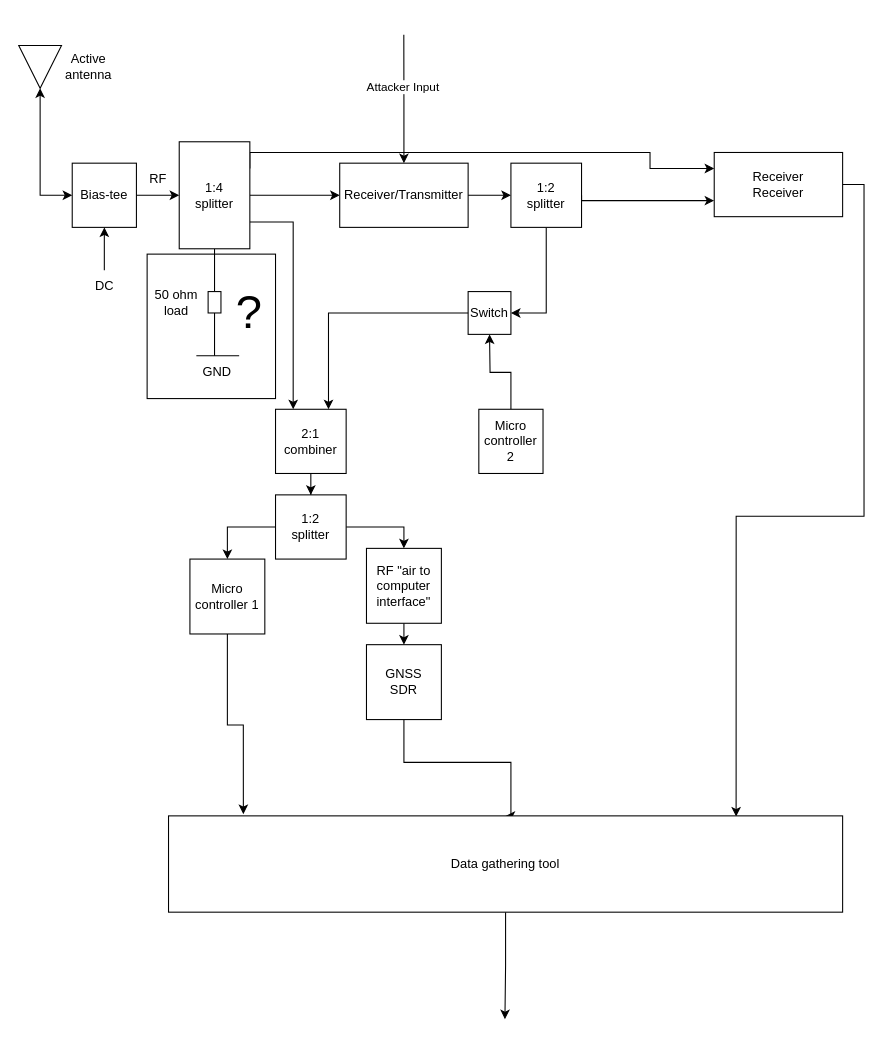
Earlier version of the draw.io diagram page "Radio Circuit" (3 of 3) of GNSS Datalogger Blockdiagram.drawio (torejohansson97/tightly-coupled-gnss-data-logger). Source tidied: cells renumbered, new cells numbered last; positions are measured from the earlier drawing's top-left corner, leaving out a move shared by most shapes. Both pictures are drawn from the tidied source at 107%, with x=0, y=0 at pixel (18, 34).
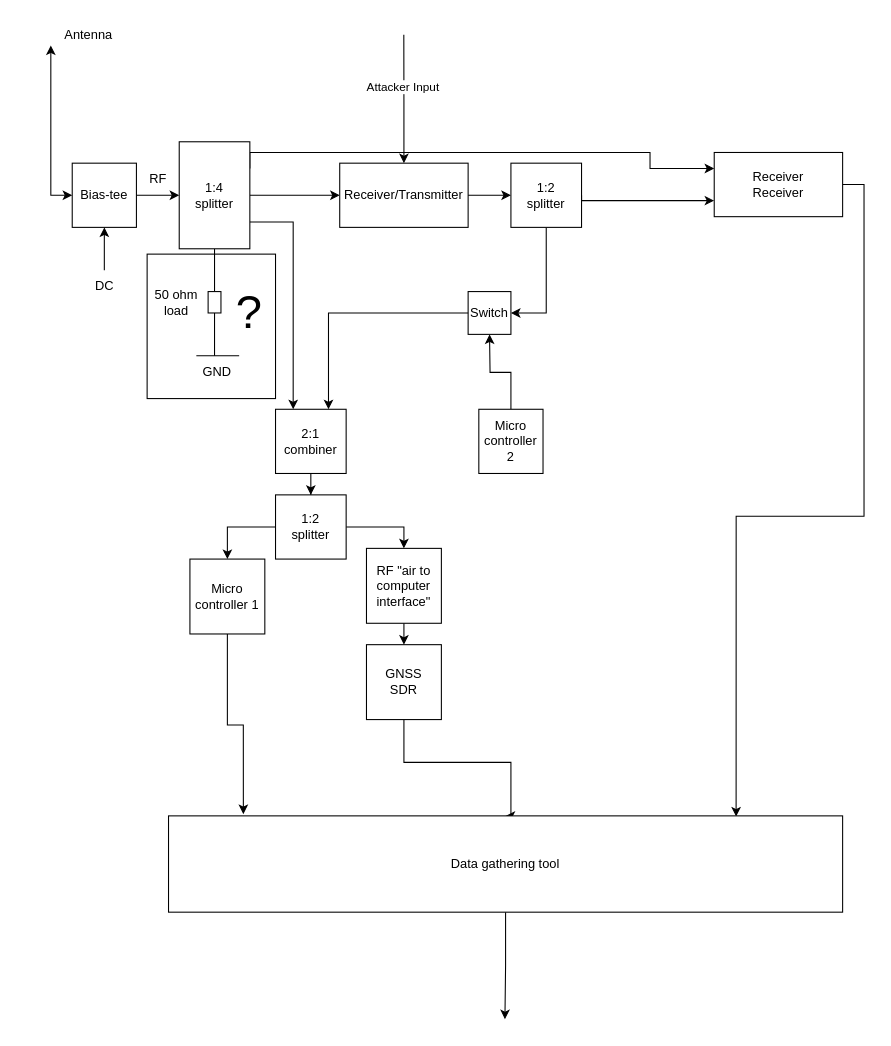
The same diagram, later.

The change refers to these unchanged cells:
```xml
<mxCell id="33" value="Bias-tee" style="whiteSpace=wrap;html=1;" parent="1" vertex="1">
  <mxGeometry x="50" y="120" width="60" height="60" as="geometry" />
</mxCell>
```

Change to the diagram source:
```diff
@@
-    <mxCell id="3" style="edgeStyle=orthogonalEdgeStyle;rounded=0;jettySize=auto;html=1;exitX=1;exitY=0.5;exitDx=0;exitDy=0;entryX=0;entryY=0.5;entryDx=0;entryDy=0;startArrow=classic;startFill=1;" parent="1" edge="1" source="4" target="33">
-      <mxGeometry relative="1" as="geometry" />
+    <mxCell id="3" style="edgeStyle=orthogonalEdgeStyle;rounded=0;jettySize=auto;html=1;entryX=0;entryY=0.5;entryDx=0;entryDy=0;startArrow=classic;startFill=1;" parent="1" edge="1" target="33">
+      <mxGeometry relative="1" as="geometry">
+        <mxPoint x="30" y="10" as="sourcePoint" />
+        <Array as="points">
+          <mxPoint x="30" y="30" />
+          <mxPoint x="30" y="150" />
+        </Array>
+      </mxGeometry>
     </mxCell>
-    <mxCell id="4" style="triangle;whiteSpace=wrap;html=1;rotation=90;" parent="1" vertex="1">
-      <mxGeometry y="10" width="40" height="40" as="geometry" />
-    </mxCell>
@@
-    <mxCell id="37" value="Active &lt;br&gt;antenna" style="text;html=1;align=center;verticalAlign=middle;strokeColor=none;fillColor=none;" parent="1" vertex="1">
-      <mxGeometry x="30" y="10" width="70" height="40" as="geometry" />
+    <mxCell id="37" value="&lt;div&gt;Antenna&lt;/div&gt;" style="text;html=1;align=center;verticalAlign=middle;strokeColor=none;fillColor=none;" parent="1" vertex="1">
+      <mxGeometry x="30" y="-15" width="70" height="30" as="geometry" />
     </mxCell>
```
